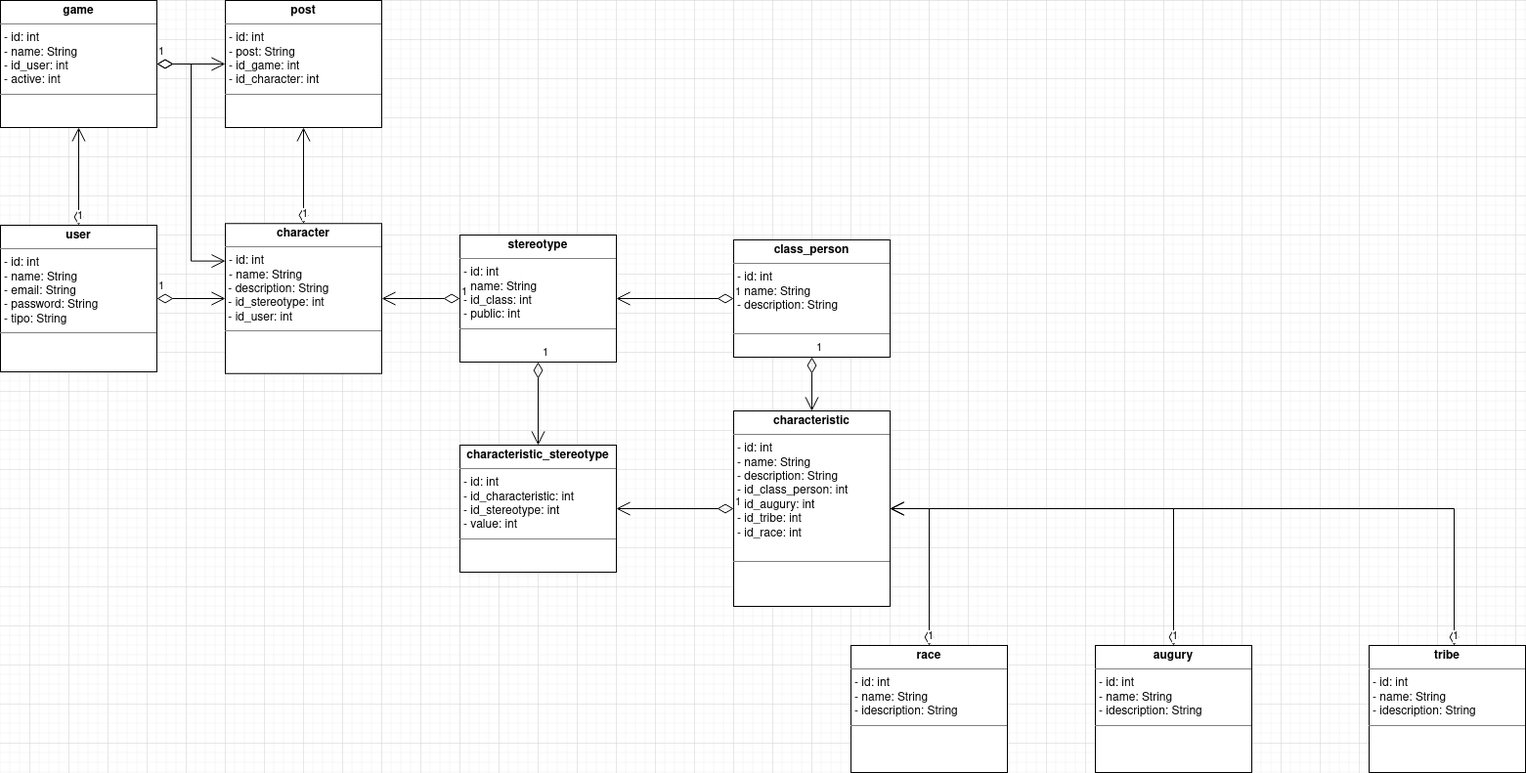
Above: diagrama_de_classes.drawio.png in fabriciodiasoliveira/mundo-sombrio-rpg (draw.io), before the change. Source tidied: cells renumbered, new cells last; positions are measured from the earlier drawing's top-left corner, leaving out a move shared by most shapes.
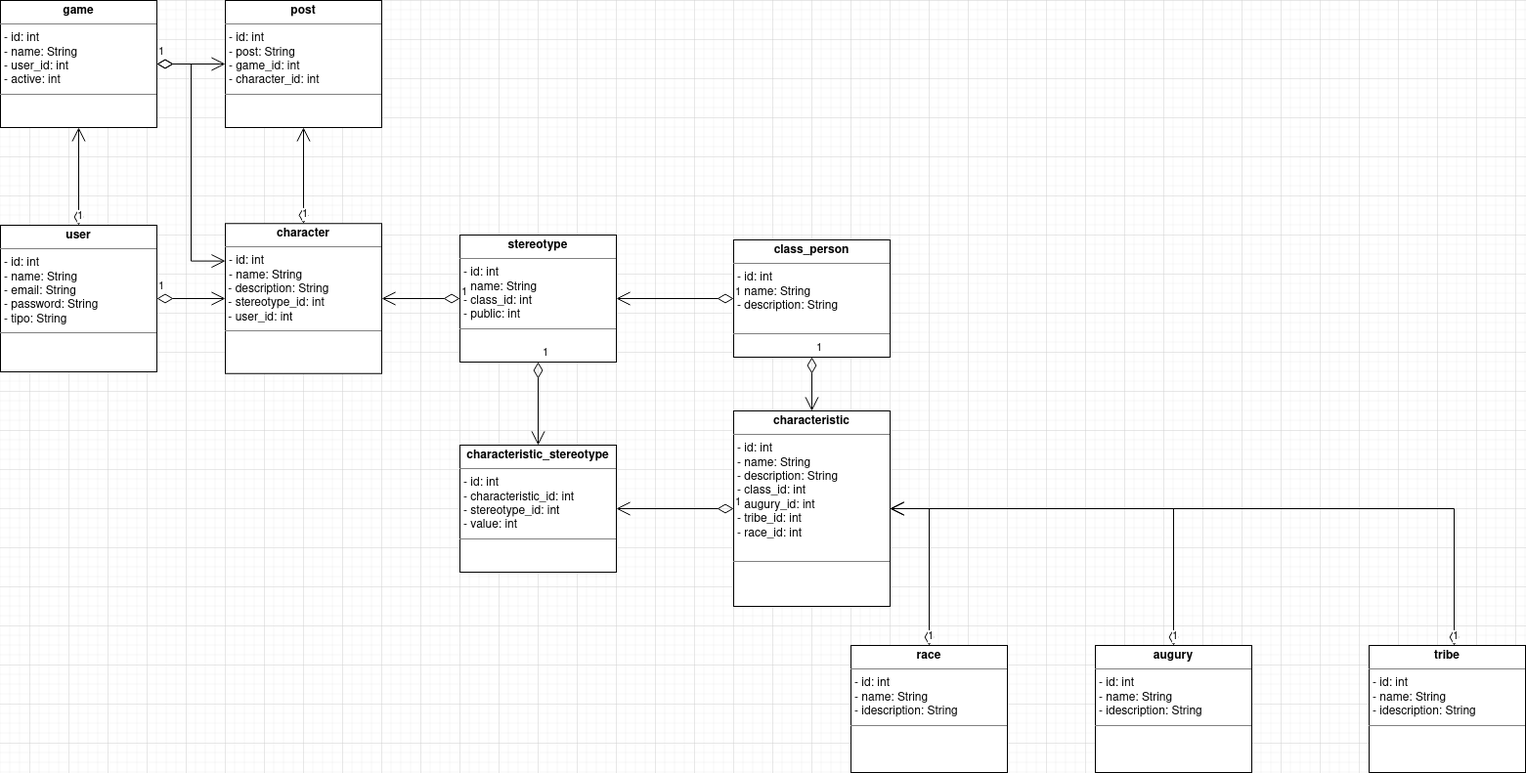
After the commit.

Commit message:
#4: Correção do diagrama de classes

Diff of the diagram source:
```diff
@@ -5,19 +5,19 @@
     <mxCell id="2" value="&lt;p style=&quot;margin:0px;margin-top:4px;text-align:center;&quot;&gt;&lt;b&gt;user&lt;/b&gt;&lt;/p&gt;&lt;hr size=&quot;1&quot;&gt;&lt;p style=&quot;margin:0px;margin-left:4px;&quot;&gt;- id: int&lt;/p&gt;&lt;p style=&quot;margin:0px;margin-left:4px;&quot;&gt;- name: String&lt;/p&gt;&lt;p style=&quot;margin:0px;margin-left:4px;&quot;&gt;- email: String&lt;/p&gt;&lt;p style=&quot;margin:0px;margin-left:4px;&quot;&gt;- password: String&lt;/p&gt;&lt;p style=&quot;margin:0px;margin-left:4px;&quot;&gt;- tipo: String&lt;br&gt;&lt;/p&gt;&lt;hr size=&quot;1&quot;&gt;&lt;p style=&quot;margin:0px;margin-left:4px;&quot;&gt;&lt;br&gt;&lt;/p&gt;" style="verticalAlign=top;align=left;overflow=fill;fontSize=12;fontFamily=Helvetica;html=1;" parent="1" vertex="1">
       <mxGeometry y="230" width="160" height="150" as="geometry" />
     </mxCell>
-    <mxCell id="3" value="&lt;p style=&quot;margin:0px;margin-top:4px;text-align:center;&quot;&gt;&lt;b&gt;stereotype&lt;/b&gt;&lt;br&gt;&lt;/p&gt;&lt;hr size=&quot;1&quot;&gt;&lt;p style=&quot;margin:0px;margin-left:4px;&quot;&gt;- id: int&lt;/p&gt;&lt;p style=&quot;margin:0px;margin-left:4px;&quot;&gt;- name: String&lt;/p&gt;&lt;p style=&quot;margin:0px;margin-left:4px;&quot;&gt;- id_class: int&lt;/p&gt;&lt;p style=&quot;margin:0px;margin-left:4px;&quot;&gt;- public: int&lt;/p&gt;&lt;hr size=&quot;1&quot;&gt;&lt;p style=&quot;margin:0px;margin-left:4px;&quot;&gt;&lt;br&gt;&lt;/p&gt;" style="verticalAlign=top;align=left;overflow=fill;fontSize=12;fontFamily=Helvetica;html=1;" parent="1" vertex="1">
+    <mxCell id="3" value="&lt;p style=&quot;margin:0px;margin-top:4px;text-align:center;&quot;&gt;&lt;b&gt;stereotype&lt;/b&gt;&lt;br&gt;&lt;/p&gt;&lt;hr size=&quot;1&quot;&gt;&lt;p style=&quot;margin:0px;margin-left:4px;&quot;&gt;- id: int&lt;/p&gt;&lt;p style=&quot;margin:0px;margin-left:4px;&quot;&gt;- name: String&lt;/p&gt;&lt;p style=&quot;margin:0px;margin-left:4px;&quot;&gt;- class_id: int&lt;/p&gt;&lt;p style=&quot;margin:0px;margin-left:4px;&quot;&gt;- public: int&lt;/p&gt;&lt;hr size=&quot;1&quot;&gt;&lt;p style=&quot;margin:0px;margin-left:4px;&quot;&gt;&lt;br&gt;&lt;/p&gt;" style="verticalAlign=top;align=left;overflow=fill;fontSize=12;fontFamily=Helvetica;html=1;" parent="1" vertex="1">
       <mxGeometry x="470" y="240" width="160" height="130" as="geometry" />
     </mxCell>
     <mxCell id="4" value="&lt;p style=&quot;margin:0px;margin-top:4px;text-align:center;&quot;&gt;&lt;b&gt;class_person&lt;/b&gt;&lt;/p&gt;&lt;hr size=&quot;1&quot;&gt;&lt;p style=&quot;margin:0px;margin-left:4px;&quot;&gt;- id: int&lt;/p&gt;&lt;p style=&quot;margin:0px;margin-left:4px;&quot;&gt;- name: String&lt;/p&gt;&lt;p style=&quot;margin:0px;margin-left:4px;&quot;&gt;- description: String&lt;/p&gt;&lt;br&gt;&lt;hr size=&quot;1&quot;&gt;&lt;p style=&quot;margin:0px;margin-left:4px;&quot;&gt;&lt;br&gt;&lt;/p&gt;" style="verticalAlign=top;align=left;overflow=fill;fontSize=12;fontFamily=Helvetica;html=1;" parent="1" vertex="1">
       <mxGeometry x="750" y="245" width="160" height="120" as="geometry" />
     </mxCell>
-    <mxCell id="5" value="&lt;p style=&quot;margin:0px;margin-top:4px;text-align:center;&quot;&gt;&lt;b&gt;characteristic&lt;/b&gt;&lt;/p&gt;&lt;hr size=&quot;1&quot;&gt;&lt;p style=&quot;margin:0px;margin-left:4px;&quot;&gt;- id: int&lt;/p&gt;&lt;p style=&quot;margin:0px;margin-left:4px;&quot;&gt;- name: String&lt;/p&gt;&lt;p style=&quot;margin:0px;margin-left:4px;&quot;&gt;- description: String&lt;/p&gt;&lt;p style=&quot;margin:0px;margin-left:4px;&quot;&gt;- id_class_person: int&lt;/p&gt;&lt;p style=&quot;margin:0px;margin-left:4px;&quot;&gt;- id_augury: int&lt;/p&gt;&lt;p style=&quot;margin:0px;margin-left:4px;&quot;&gt;- id_tribe: int&lt;/p&gt;&lt;p style=&quot;margin:0px;margin-left:4px;&quot;&gt;- id_race: int&lt;/p&gt;&lt;br&gt;&lt;hr size=&quot;1&quot;&gt;&lt;p style=&quot;margin:0px;margin-left:4px;&quot;&gt;&lt;br&gt;&lt;/p&gt;" style="verticalAlign=top;align=left;overflow=fill;fontSize=12;fontFamily=Helvetica;html=1;" parent="1" vertex="1">
+    <mxCell id="5" value="&lt;p style=&quot;margin:0px;margin-top:4px;text-align:center;&quot;&gt;&lt;b&gt;characteristic&lt;/b&gt;&lt;/p&gt;&lt;hr size=&quot;1&quot;&gt;&lt;p style=&quot;margin:0px;margin-left:4px;&quot;&gt;- id: int&lt;/p&gt;&lt;p style=&quot;margin:0px;margin-left:4px;&quot;&gt;- name: String&lt;/p&gt;&lt;p style=&quot;margin:0px;margin-left:4px;&quot;&gt;- description: String&lt;/p&gt;&lt;p style=&quot;margin:0px;margin-left:4px;&quot;&gt;- class_id: int&lt;/p&gt;&lt;p style=&quot;margin:0px;margin-left:4px;&quot;&gt;- augury_id: int&lt;/p&gt;&lt;p style=&quot;margin:0px;margin-left:4px;&quot;&gt;- tribe_id: int&lt;/p&gt;&lt;p style=&quot;margin:0px;margin-left:4px;&quot;&gt;- race_id: int&lt;/p&gt;&lt;br&gt;&lt;hr size=&quot;1&quot;&gt;&lt;p style=&quot;margin:0px;margin-left:4px;&quot;&gt;&lt;br&gt;&lt;/p&gt;" style="verticalAlign=top;align=left;overflow=fill;fontSize=12;fontFamily=Helvetica;html=1;" parent="1" vertex="1">
       <mxGeometry x="750" y="420" width="160" height="200" as="geometry" />
     </mxCell>
     <mxCell id="6" value="1" style="endArrow=open;html=1;endSize=12;startArrow=diamondThin;startSize=14;startFill=0;edgeStyle=orthogonalEdgeStyle;align=left;verticalAlign=bottom;rounded=0;entryX=1;entryY=0.5;entryDx=0;entryDy=0;exitX=0;exitY=0.5;exitDx=0;exitDy=0;" parent="1" edge="1" source="4" target="3">
       <mxGeometry x="-1" y="3" relative="1" as="geometry" />
     </mxCell>
-    <mxCell id="7" value="&lt;p style=&quot;margin:0px;margin-top:4px;text-align:center;&quot;&gt;&lt;b&gt;characteristic_stereotype&lt;/b&gt;&lt;/p&gt;&lt;hr size=&quot;1&quot;&gt;&lt;p style=&quot;margin:0px;margin-left:4px;&quot;&gt;- id: int&lt;/p&gt;&lt;p style=&quot;margin:0px;margin-left:4px;&quot;&gt;- id_characteristic: int&lt;/p&gt;&lt;p style=&quot;margin:0px;margin-left:4px;&quot;&gt;- id_stereotype: int&lt;/p&gt;&lt;p style=&quot;margin:0px;margin-left:4px;&quot;&gt;- value: int&lt;br&gt;&lt;/p&gt;&lt;hr size=&quot;1&quot;&gt;&lt;p style=&quot;margin:0px;margin-left:4px;&quot;&gt;&lt;br&gt;&lt;/p&gt;" style="verticalAlign=top;align=left;overflow=fill;fontSize=12;fontFamily=Helvetica;html=1;" parent="1" vertex="1">
+    <mxCell id="7" value="&lt;p style=&quot;margin:0px;margin-top:4px;text-align:center;&quot;&gt;&lt;b&gt;characteristic_stereotype&lt;/b&gt;&lt;/p&gt;&lt;hr size=&quot;1&quot;&gt;&lt;p style=&quot;margin:0px;margin-left:4px;&quot;&gt;- id: int&lt;/p&gt;&lt;p style=&quot;margin:0px;margin-left:4px;&quot;&gt;- characteristic_id: int&lt;/p&gt;&lt;p style=&quot;margin:0px;margin-left:4px;&quot;&gt;- stereotype_id: int&lt;/p&gt;&lt;p style=&quot;margin:0px;margin-left:4px;&quot;&gt;- value: int&lt;br&gt;&lt;/p&gt;&lt;hr size=&quot;1&quot;&gt;&lt;p style=&quot;margin:0px;margin-left:4px;&quot;&gt;&lt;br&gt;&lt;/p&gt;" style="verticalAlign=top;align=left;overflow=fill;fontSize=12;fontFamily=Helvetica;html=1;" parent="1" vertex="1">
       <mxGeometry x="470" y="455" width="160" height="130" as="geometry" />
     </mxCell>
     <mxCell id="8" value="1" style="endArrow=open;html=1;endSize=12;startArrow=diamondThin;startSize=14;startFill=0;edgeStyle=orthogonalEdgeStyle;align=left;verticalAlign=bottom;rounded=0;entryX=0.5;entryY=0;entryDx=0;entryDy=0;exitX=0.5;exitY=1;exitDx=0;exitDy=0;" parent="1" edge="1" source="3" target="7">
@@ -38,13 +38,13 @@
     <mxCell id="13" value="1" style="endArrow=open;html=1;endSize=12;startArrow=diamondThin;startSize=14;startFill=0;edgeStyle=orthogonalEdgeStyle;align=left;verticalAlign=bottom;rounded=0;exitX=0.5;exitY=1;exitDx=0;exitDy=0;entryX=0.5;entryY=0;entryDx=0;entryDy=0;" parent="1" edge="1" source="4" target="5">
       <mxGeometry x="-1" y="3" relative="1" as="geometry" />
     </mxCell>
-    <mxCell id="14" value="&lt;p style=&quot;margin:0px;margin-top:4px;text-align:center;&quot;&gt;&lt;b&gt;game&lt;/b&gt;&lt;/p&gt;&lt;hr size=&quot;1&quot;&gt;&lt;p style=&quot;margin:0px;margin-left:4px;&quot;&gt;- id: int&lt;/p&gt;&lt;p style=&quot;margin:0px;margin-left:4px;&quot;&gt;- name: String&lt;/p&gt;&lt;p style=&quot;margin:0px;margin-left:4px;&quot;&gt;- id_user: int&lt;/p&gt;&lt;p style=&quot;margin:0px;margin-left:4px;&quot;&gt;- active: int&lt;/p&gt;&lt;hr size=&quot;1&quot;&gt;&lt;p style=&quot;margin:0px;margin-left:4px;&quot;&gt;&lt;br&gt;&lt;/p&gt;" style="verticalAlign=top;align=left;overflow=fill;fontSize=12;fontFamily=Helvetica;html=1;" parent="1" vertex="1">
+    <mxCell id="14" value="&lt;p style=&quot;margin:0px;margin-top:4px;text-align:center;&quot;&gt;&lt;b&gt;game&lt;/b&gt;&lt;/p&gt;&lt;hr size=&quot;1&quot;&gt;&lt;p style=&quot;margin:0px;margin-left:4px;&quot;&gt;- id: int&lt;/p&gt;&lt;p style=&quot;margin:0px;margin-left:4px;&quot;&gt;- name: String&lt;/p&gt;&lt;p style=&quot;margin:0px;margin-left:4px;&quot;&gt;- user_id: int&lt;/p&gt;&lt;p style=&quot;margin:0px;margin-left:4px;&quot;&gt;- active: int&lt;/p&gt;&lt;hr size=&quot;1&quot;&gt;&lt;p style=&quot;margin:0px;margin-left:4px;&quot;&gt;&lt;br&gt;&lt;/p&gt;" style="verticalAlign=top;align=left;overflow=fill;fontSize=12;fontFamily=Helvetica;html=1;" parent="1" vertex="1">
       <mxGeometry width="160" height="130" as="geometry" />
     </mxCell>
     <mxCell id="15" value="1" style="endArrow=open;html=1;endSize=12;startArrow=diamondThin;startSize=14;startFill=0;edgeStyle=orthogonalEdgeStyle;align=left;verticalAlign=bottom;rounded=0;entryX=0.5;entryY=1;entryDx=0;entryDy=0;exitX=0.5;exitY=0;exitDx=0;exitDy=0;" parent="1" edge="1" source="2" target="14">
       <mxGeometry x="-1" y="3" relative="1" as="geometry" />
     </mxCell>
-    <mxCell id="16" value="&lt;p style=&quot;margin:0px;margin-top:4px;text-align:center;&quot;&gt;&lt;b&gt;post&lt;/b&gt;&lt;/p&gt;&lt;hr size=&quot;1&quot;&gt;&lt;p style=&quot;margin:0px;margin-left:4px;&quot;&gt;- id: int&lt;/p&gt;&lt;p style=&quot;margin:0px;margin-left:4px;&quot;&gt;- post: String&lt;/p&gt;&lt;p style=&quot;margin:0px;margin-left:4px;&quot;&gt;- id_game: int&lt;/p&gt;&lt;p style=&quot;margin:0px;margin-left:4px;&quot;&gt;- id_character: int&lt;/p&gt;&lt;hr size=&quot;1&quot;&gt;&lt;p style=&quot;margin:0px;margin-left:4px;&quot;&gt;&lt;br&gt;&lt;/p&gt;" style="verticalAlign=top;align=left;overflow=fill;fontSize=12;fontFamily=Helvetica;html=1;" parent="1" vertex="1">
+    <mxCell id="16" value="&lt;p style=&quot;margin:0px;margin-top:4px;text-align:center;&quot;&gt;&lt;b&gt;post&lt;/b&gt;&lt;/p&gt;&lt;hr size=&quot;1&quot;&gt;&lt;p style=&quot;margin:0px;margin-left:4px;&quot;&gt;- id: int&lt;/p&gt;&lt;p style=&quot;margin:0px;margin-left:4px;&quot;&gt;- post: String&lt;/p&gt;&lt;p style=&quot;margin:0px;margin-left:4px;&quot;&gt;- game_id: int&lt;/p&gt;&lt;p style=&quot;margin:0px;margin-left:4px;&quot;&gt;- character_id: int&lt;/p&gt;&lt;hr size=&quot;1&quot;&gt;&lt;p style=&quot;margin:0px;margin-left:4px;&quot;&gt;&lt;br&gt;&lt;/p&gt;" style="verticalAlign=top;align=left;overflow=fill;fontSize=12;fontFamily=Helvetica;html=1;" parent="1" vertex="1">
       <mxGeometry x="230" width="160" height="130" as="geometry" />
     </mxCell>
     <mxCell id="17" value="1" style="endArrow=open;html=1;endSize=12;startArrow=diamondThin;startSize=14;startFill=0;edgeStyle=orthogonalEdgeStyle;align=left;verticalAlign=bottom;rounded=0;entryX=0;entryY=0.5;entryDx=0;entryDy=0;exitX=1;exitY=0.5;exitDx=0;exitDy=0;" parent="1" edge="1" source="14" target="16">
@@ -62,7 +62,7 @@
     <mxCell id="21" value="1" style="endArrow=open;html=1;endSize=12;startArrow=diamondThin;startSize=14;startFill=0;edgeStyle=orthogonalEdgeStyle;align=left;verticalAlign=bottom;rounded=0;entryX=1;entryY=0.5;entryDx=0;entryDy=0;exitX=0.544;exitY=0;exitDx=0;exitDy=0;exitPerimeter=0;" parent="1" edge="1" source="10" target="5">
       <mxGeometry x="-1" y="3" relative="1" as="geometry" />
     </mxCell>
-    <mxCell id="22" value="&lt;p style=&quot;margin:0px;margin-top:4px;text-align:center;&quot;&gt;&lt;b&gt;character&lt;/b&gt;&lt;/p&gt;&lt;hr size=&quot;1&quot;&gt;&lt;p style=&quot;margin:0px;margin-left:4px;&quot;&gt;- id: int&lt;/p&gt;&lt;p style=&quot;margin:0px;margin-left:4px;&quot;&gt;- name: String&lt;/p&gt;&lt;div&gt;&amp;nbsp;- description: String&lt;/div&gt;&lt;div&gt;&amp;nbsp;- id_stereotype: int&lt;/div&gt;&lt;div&gt;&amp;nbsp;- id_user: int&lt;/div&gt;&lt;hr size=&quot;1&quot;&gt;&lt;p style=&quot;margin:0px;margin-left:4px;&quot;&gt;&lt;br&gt;&lt;/p&gt;" style="verticalAlign=top;align=left;overflow=fill;fontSize=12;fontFamily=Helvetica;html=1;" parent="1" vertex="1">
+    <mxCell id="22" value="&lt;p style=&quot;margin:0px;margin-top:4px;text-align:center;&quot;&gt;&lt;b&gt;character&lt;/b&gt;&lt;/p&gt;&lt;hr size=&quot;1&quot;&gt;&lt;p style=&quot;margin:0px;margin-left:4px;&quot;&gt;- id: int&lt;/p&gt;&lt;p style=&quot;margin:0px;margin-left:4px;&quot;&gt;- name: String&lt;/p&gt;&lt;div&gt;&amp;nbsp;- description: String&lt;/div&gt;&lt;div&gt;&amp;nbsp;- stereotype_id: int&lt;/div&gt;&lt;div&gt;&amp;nbsp;- user_id: int&lt;/div&gt;&lt;hr size=&quot;1&quot;&gt;&lt;p style=&quot;margin:0px;margin-left:4px;&quot;&gt;&lt;br&gt;&lt;/p&gt;" style="verticalAlign=top;align=left;overflow=fill;fontSize=12;fontFamily=Helvetica;html=1;" parent="1" vertex="1">
       <mxGeometry x="230" y="228.2" width="160" height="153.5" as="geometry" />
     </mxCell>
     <mxCell id="23" value="1" style="endArrow=open;html=1;endSize=12;startArrow=diamondThin;startSize=14;startFill=0;edgeStyle=orthogonalEdgeStyle;align=left;verticalAlign=bottom;rounded=0;entryX=0;entryY=0.5;entryDx=0;entryDy=0;" parent="1" edge="1" source="2" target="22">
```
